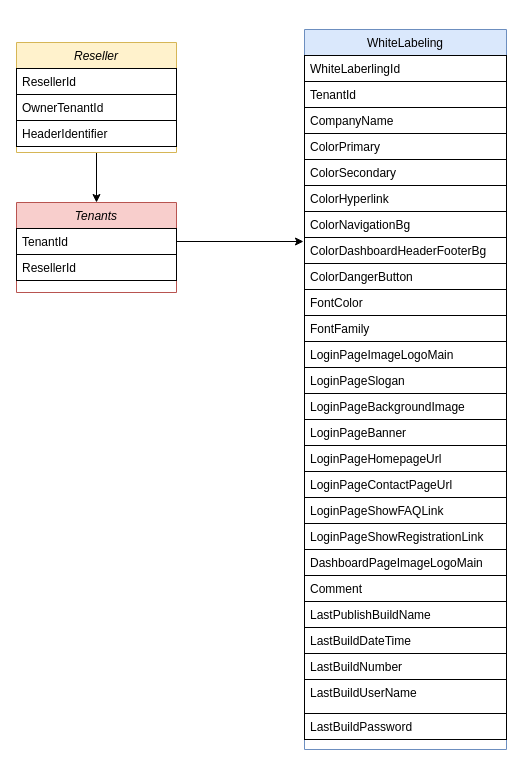
Above: Unbenanntes Diagramm.drawio in sahar2550/.Net (draw.io), before the change. Source tidied: cells renumbered, new cells numbered last; positions are measured from the earlier drawing's top-left corner, leaving out a move shared by most shapes. Both pictures are drawn from the tidied source at 100%, with x=0, y=0 at pixel (16, 29).
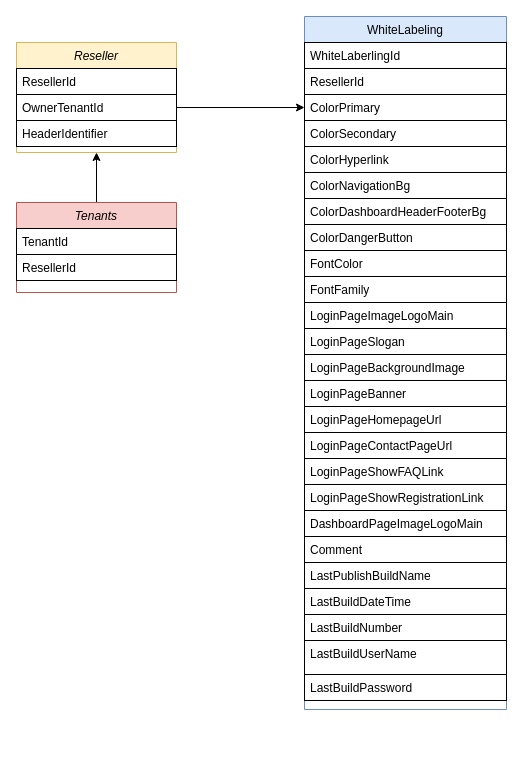
The same diagram, later.

Unchanged cells that the change refers to:
```xml
<mxCell id="3" value="Reseller" style="swimlane;fontStyle=2;align=center;verticalAlign=top;horizontal=1;startSize=26;rounded=0;shadow=0;strokeWidth=1;fillColor=#fff2cc;strokeColor=#d6b656;" parent="1" vertex="1">
  <mxGeometry y="13" width="160" height="110" as="geometry" />
</mxCell>
<mxCell id="5" value="OwnerTenantId" style="text;align=left;verticalAlign=top;spacingLeft=4;spacingRight=4;overflow=hidden;points=[[0,0.5],[1,0.5]];portConstraint=eastwest;rounded=0;shadow=0;html=0;strokeColor=default;" parent="3" vertex="1">
  <mxGeometry y="52" width="160" height="26" as="geometry" />
</mxCell>
<mxCell id="34" value="Tenants" style="swimlane;fontStyle=2;align=center;verticalAlign=top;horizontal=1;startSize=26;rounded=0;shadow=0;strokeWidth=1;fillColor=#f8cecc;strokeColor=#b85450;" parent="1" vertex="1">
  <mxGeometry y="173" width="160" height="90" as="geometry" />
</mxCell>
<mxCell id="35" value="TenantId" style="text;align=left;verticalAlign=top;spacingLeft=4;spacingRight=4;overflow=hidden;points=[[0,0.5],[1,0.5]];portConstraint=eastwest;strokeColor=default;" parent="34" vertex="1">
  <mxGeometry y="26" width="160" height="26" as="geometry" />
</mxCell>
```

What changed in the source:
```diff
@@
-    <mxCell id="2" style="edgeStyle=orthogonalEdgeStyle;rounded=0;jettySize=auto;html=1;exitX=0.5;exitY=1;exitDx=0;exitDy=0;entryX=0.5;entryY=0;entryDx=0;entryDy=0;" parent="1" edge="1" source="3" target="34">
-      <mxGeometry relative="1" as="geometry" />
-    </mxCell>
@@
     <mxCell id="7" value="WhiteLabeling" style="swimlane;fontStyle=0;align=center;verticalAlign=top;horizontal=1;startSize=26;rounded=0;shadow=0;strokeWidth=1;fillColor=#dae8fc;strokeColor=#6c8ebf;" parent="1" vertex="1">
-      <mxGeometry x="288" width="202" height="720" as="geometry" />
+      <mxGeometry x="288" y="-13" width="202" height="693" as="geometry" />
     </mxCell>
@@
-    <mxCell id="9" value="TenantId" style="text;align=left;verticalAlign=top;spacingLeft=4;spacingRight=4;overflow=hidden;rounded=0;shadow=0;html=0;strokeColor=default;" parent="7" vertex="1">
+    <mxCell id="9" value="ResellerId" style="text;align=left;verticalAlign=top;spacingLeft=4;spacingRight=4;overflow=hidden;rounded=0;shadow=0;html=0;strokeColor=default;" parent="7" vertex="1">
       <mxGeometry y="52" width="202" height="26" as="geometry" />
     </mxCell>
-    <mxCell id="10" value="CompanyName" style="text;align=left;verticalAlign=top;spacingLeft=4;spacingRight=4;overflow=hidden;rounded=0;shadow=0;html=0;strokeColor=default;" parent="7" vertex="1">
-      <mxGeometry y="78" width="202" height="26" as="geometry" />
-    </mxCell>
     <mxCell id="11" value="ColorPrimary" style="text;align=left;verticalAlign=top;spacingLeft=4;spacingRight=4;overflow=hidden;points=[[0,0.5],[1,0.5]];portConstraint=eastwest;rounded=0;shadow=0;html=0;strokeColor=default;" parent="7" vertex="1">
-      <mxGeometry y="104" width="202" height="26" as="geometry" />
+      <mxGeometry y="78" width="202" height="26" as="geometry" />
     </mxCell>
     <mxCell id="12" value="ColorSecondary" style="text;align=left;verticalAlign=top;spacingLeft=4;spacingRight=4;overflow=hidden;rounded=0;shadow=0;html=0;strokeColor=default;" parent="7" vertex="1">
-      <mxGeometry y="130" width="202" height="26" as="geometry" />
+      <mxGeometry y="104" width="202" height="26" as="geometry" />
     </mxCell>
     <mxCell id="13" value="ColorHyperlink" style="text;align=left;verticalAlign=top;spacingLeft=4;spacingRight=4;overflow=hidden;rounded=0;shadow=0;html=0;strokeColor=default;" parent="7" vertex="1">
-      <mxGeometry y="156" width="202" height="26" as="geometry" />
+      <mxGeometry y="130" width="202" height="26" as="geometry" />
     </mxCell>
     <mxCell id="14" value="ColorNavigationBg" style="text;align=left;verticalAlign=top;spacingLeft=4;spacingRight=4;overflow=hidden;rounded=0;shadow=0;html=0;strokeColor=default;" parent="7" vertex="1">
-      <mxGeometry y="182" width="202" height="26" as="geometry" />
+      <mxGeometry y="156" width="202" height="26" as="geometry" />
     </mxCell>
     <mxCell id="15" value="ColorDashboardHeaderFooterBg" style="text;align=left;verticalAlign=top;spacingLeft=4;spacingRight=4;overflow=hidden;points=[[0,0.5],[1,0.5]];portConstraint=eastwest;rounded=0;shadow=0;html=0;strokeColor=default;" parent="7" vertex="1">
-      <mxGeometry y="208" width="202" height="26" as="geometry" />
+      <mxGeometry y="182" width="202" height="26" as="geometry" />
     </mxCell>
     <mxCell id="16" value="ColorDangerButton" style="text;align=left;verticalAlign=top;spacingLeft=4;spacingRight=4;overflow=hidden;rounded=0;shadow=0;html=0;strokeColor=default;" parent="7" vertex="1">
-      <mxGeometry y="234" width="202" height="26" as="geometry" />
+      <mxGeometry y="208" width="202" height="26" as="geometry" />
     </mxCell>
     <mxCell id="17" value="FontColor" style="text;align=left;verticalAlign=top;spacingLeft=4;spacingRight=4;overflow=hidden;rounded=0;shadow=0;html=0;strokeColor=default;" parent="7" vertex="1">
-      <mxGeometry y="260" width="202" height="26" as="geometry" />
+      <mxGeometry y="234" width="202" height="26" as="geometry" />
     </mxCell>
     <mxCell id="18" value="FontFamily" style="text;align=left;verticalAlign=top;spacingLeft=4;spacingRight=4;overflow=hidden;rounded=0;shadow=0;html=0;strokeColor=default;" parent="7" vertex="1">
-      <mxGeometry y="286" width="202" height="26" as="geometry" />
+      <mxGeometry y="260" width="202" height="26" as="geometry" />
     </mxCell>
     <mxCell id="19" value="LoginPageImageLogoMain" style="text;align=left;verticalAlign=top;spacingLeft=4;spacingRight=4;overflow=hidden;rounded=0;shadow=0;html=0;strokeColor=default;" parent="7" vertex="1">
-      <mxGeometry y="312" width="202" height="26" as="geometry" />
+      <mxGeometry y="286" width="202" height="26" as="geometry" />
     </mxCell>
     <mxCell id="20" value="LoginPageSlogan" style="text;align=left;verticalAlign=top;spacingLeft=4;spacingRight=4;overflow=hidden;rounded=0;shadow=0;html=0;strokeColor=default;" parent="7" vertex="1">
-      <mxGeometry y="338" width="202" height="26" as="geometry" />
+      <mxGeometry y="312" width="202" height="26" as="geometry" />
     </mxCell>
     <mxCell id="21" value="LoginPageBackgroundImage" style="text;align=left;verticalAlign=top;spacingLeft=4;spacingRight=4;overflow=hidden;rounded=0;shadow=0;html=0;strokeColor=default;" parent="7" vertex="1">
-      <mxGeometry y="364" width="202" height="26" as="geometry" />
+      <mxGeometry y="338" width="202" height="26" as="geometry" />
     </mxCell>
     <mxCell id="22" value="LoginPageBanner" style="text;align=left;verticalAlign=top;spacingLeft=4;spacingRight=4;overflow=hidden;rounded=0;shadow=0;html=0;strokeColor=default;" parent="7" vertex="1">
-      <mxGeometry y="390" width="202" height="26" as="geometry" />
+      <mxGeometry y="364" width="202" height="26" as="geometry" />
     </mxCell>
     <mxCell id="23" value="LoginPageHomepageUrl" style="text;align=left;verticalAlign=top;spacingLeft=4;spacingRight=4;overflow=hidden;rounded=0;shadow=0;html=0;strokeColor=default;" parent="7" vertex="1">
-      <mxGeometry y="416" width="202" height="26" as="geometry" />
+      <mxGeometry y="390" width="202" height="26" as="geometry" />
     </mxCell>
     <mxCell id="24" value="LoginPageContactPageUrl" style="text;align=left;verticalAlign=top;spacingLeft=4;spacingRight=4;overflow=hidden;rounded=0;shadow=0;html=0;strokeColor=default;" parent="7" vertex="1">
-      <mxGeometry y="442" width="202" height="26" as="geometry" />
+      <mxGeometry y="416" width="202" height="26" as="geometry" />
     </mxCell>
     <mxCell id="25" value="LoginPageShowFAQLink" style="text;align=left;verticalAlign=top;spacingLeft=4;spacingRight=4;overflow=hidden;rounded=0;shadow=0;html=0;strokeColor=default;" parent="7" vertex="1">
-      <mxGeometry y="468" width="202" height="26" as="geometry" />
+      <mxGeometry y="442" width="202" height="26" as="geometry" />
     </mxCell>
     <mxCell id="26" value="LoginPageShowRegistrationLink" style="text;align=left;verticalAlign=top;spacingLeft=4;spacingRight=4;overflow=hidden;rounded=0;shadow=0;html=0;strokeColor=default;" parent="7" vertex="1">
-      <mxGeometry y="494" width="202" height="26" as="geometry" />
+      <mxGeometry y="468" width="202" height="26" as="geometry" />
     </mxCell>
     <mxCell id="27" value="DashboardPageImageLogoMain" style="text;align=left;verticalAlign=top;spacingLeft=4;spacingRight=4;overflow=hidden;rounded=0;shadow=0;html=0;strokeColor=default;" parent="7" vertex="1">
-      <mxGeometry y="520" width="202" height="26" as="geometry" />
+      <mxGeometry y="494" width="202" height="26" as="geometry" />
     </mxCell>
     <mxCell id="28" value="Comment" style="text;align=left;verticalAlign=top;spacingLeft=4;spacingRight=4;overflow=hidden;rounded=0;shadow=0;html=0;strokeColor=default;" parent="7" vertex="1">
-      <mxGeometry y="546" width="202" height="26" as="geometry" />
+      <mxGeometry y="520" width="202" height="26" as="geometry" />
     </mxCell>
     <mxCell id="29" value="LastPublishBuildName" style="text;align=left;verticalAlign=top;spacingLeft=4;spacingRight=4;overflow=hidden;rounded=0;shadow=0;html=0;strokeColor=default;" parent="7" vertex="1">
-      <mxGeometry y="572" width="202" height="26" as="geometry" />
+      <mxGeometry y="546" width="202" height="26" as="geometry" />
     </mxCell>
     <mxCell id="30" value="LastBuildDateTime" style="text;align=left;verticalAlign=top;spacingLeft=4;spacingRight=4;overflow=hidden;rounded=0;shadow=0;html=0;strokeColor=default;" parent="7" vertex="1">
-      <mxGeometry y="598" width="202" height="26" as="geometry" />
+      <mxGeometry y="572" width="202" height="26" as="geometry" />
     </mxCell>
     <mxCell id="31" value="LastBuildNumber" style="text;align=left;verticalAlign=top;spacingLeft=4;spacingRight=4;overflow=hidden;rounded=0;shadow=0;html=0;strokeColor=default;" parent="7" vertex="1">
-      <mxGeometry y="624" width="202" height="26" as="geometry" />
+      <mxGeometry y="598" width="202" height="26" as="geometry" />
     </mxCell>
     <mxCell id="32" value="LastBuildUserName" style="text;align=left;verticalAlign=top;spacingLeft=4;spacingRight=4;overflow=hidden;rounded=0;shadow=0;html=0;strokeColor=default;" parent="7" vertex="1">
-      <mxGeometry y="650" width="202" height="34" as="geometry" />
+      <mxGeometry y="624" width="202" height="34" as="geometry" />
     </mxCell>
     <mxCell id="33" value="LastBuildPassword" style="text;align=left;verticalAlign=top;spacingLeft=4;spacingRight=4;overflow=hidden;rounded=0;shadow=0;html=0;strokeColor=default;" parent="7" vertex="1">
-      <mxGeometry y="684" width="202" height="26" as="geometry" />
+      <mxGeometry y="658" width="202" height="26" as="geometry" />
     </mxCell>
+    <mxCell id="38" style="edgeStyle=orthogonalEdgeStyle;rounded=0;jettySize=auto;html=1;entryX=0.5;entryY=1;entryDx=0;entryDy=0;" parent="1" edge="1" source="34" target="3">
+      <mxGeometry relative="1" as="geometry" />
+    </mxCell>
@@
-    <mxCell id="36" style="edgeStyle=orthogonalEdgeStyle;rounded=0;jettySize=auto;html=1;exitX=1;exitY=0.5;exitDx=0;exitDy=0;entryX=-0.005;entryY=0.154;entryDx=0;entryDy=0;entryPerimeter=0;" parent="1" edge="1" source="35" target="15">
-      <mxGeometry relative="1" as="geometry" />
-    </mxCell>
@@
+    <mxCell id="39" style="edgeStyle=orthogonalEdgeStyle;rounded=0;jettySize=auto;html=1;exitX=1;exitY=0.5;exitDx=0;exitDy=0;entryX=0;entryY=0.5;entryDx=0;entryDy=0;" parent="1" edge="1" source="5" target="11">
+      <mxGeometry relative="1" as="geometry" />
+    </mxCell>
```
